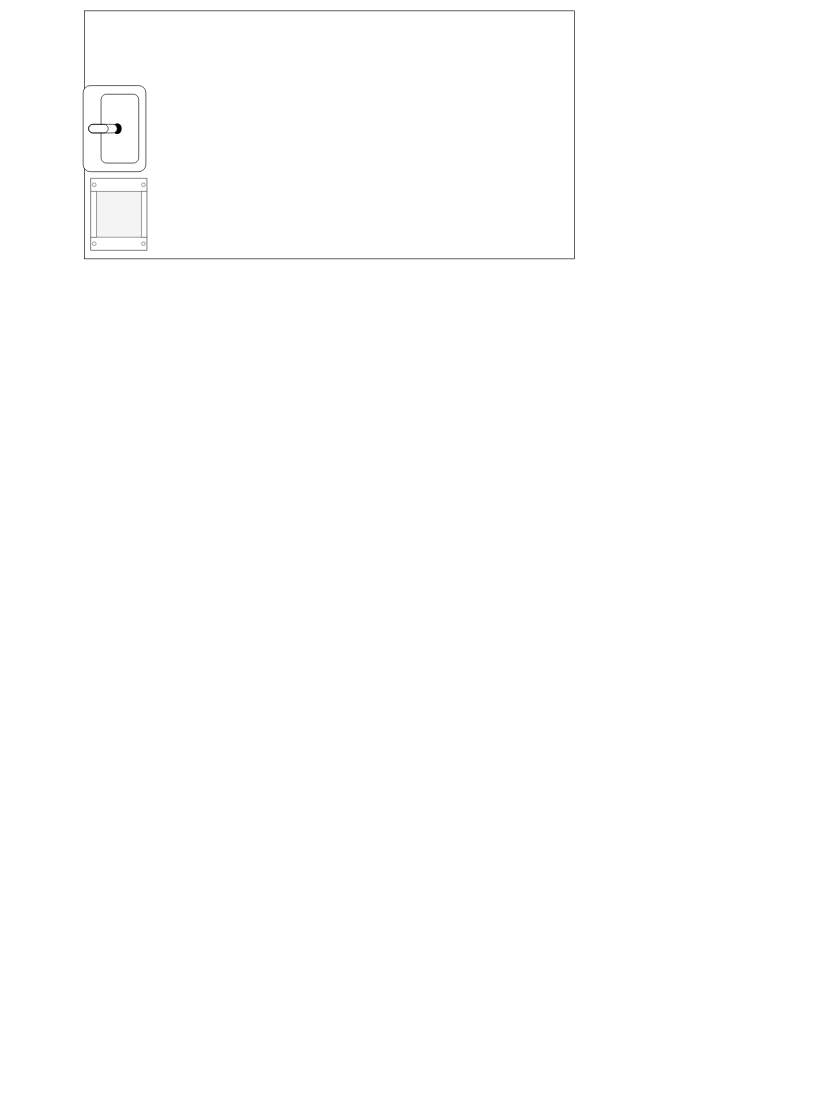
Above: page "Balcony" (1 of 2) of designing_home.drawio in appsparkler/draw.io (draw.io), before the change. Source tidied: cells renumbered, new cells numbered last; positions are measured from the earlier drawing's top-left corner, leaving out a move shared by most shapes. Both pictures are drawn from the tidied source at 62%, with x=0, y=0 at pixel (71, 11).
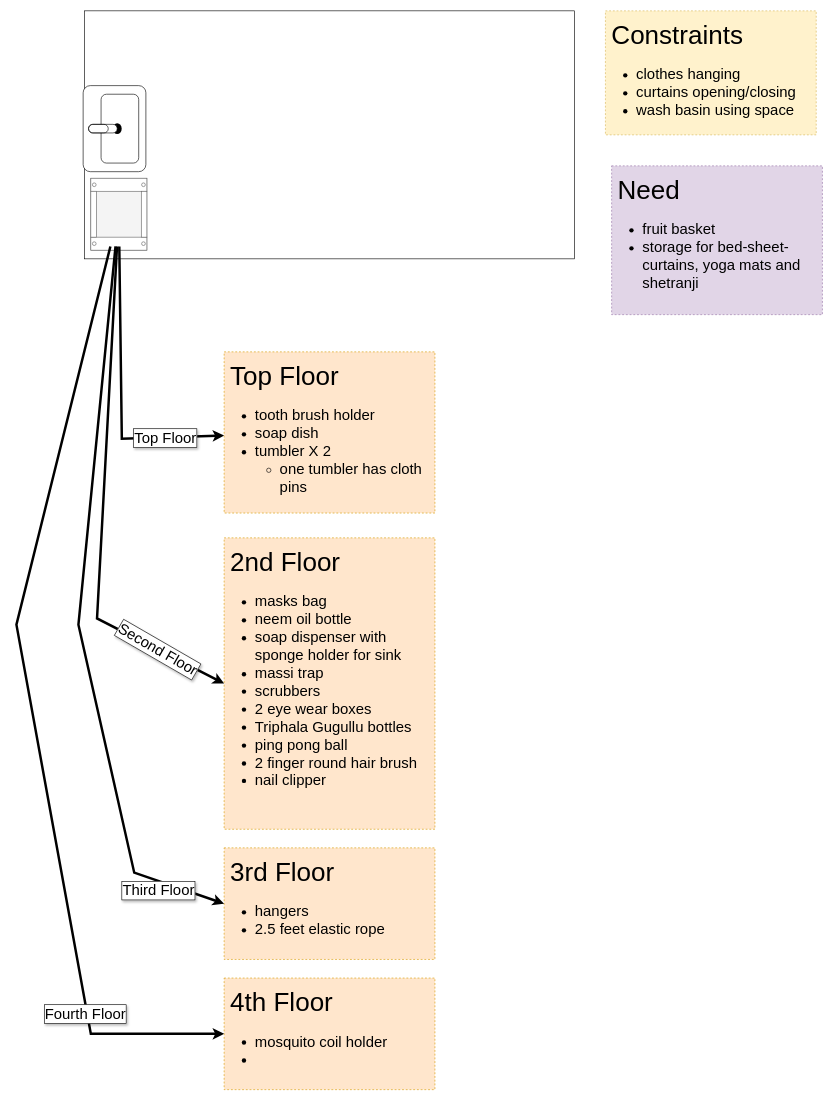
After the change.

The change refers to these unchanged cells:
```xml
<mxCell id="4" style="strokeColor=#666666;html=1;verticalLabelPosition=bottom;labelBackgroundColor=#ffffff;verticalAlign=top;outlineConnect=0;shadow=0;dashed=0;shape=mxgraph.rackGeneral.rackCabinet3;fillColor2=#f4f4f4;allowGaps=1;textColor=#666666;numDisp=off;" parent="1" vertex="1">
  <mxGeometry x="31" y="270" width="90.4" height="110" as="geometry" />
</mxCell>
```

The edit, as a diff of the source:
```diff
@@
+    <mxCell id="5" value="&lt;div&gt;Constraints&lt;/div&gt;&lt;div style=&quot;font-size: 24px;&quot;&gt;&lt;ul&gt;&lt;li&gt;clothes hanging&lt;/li&gt;&lt;li&gt;curtains opening/closing&lt;/li&gt;&lt;li&gt;wash basin using space&lt;/li&gt;&lt;/ul&gt;&lt;/div&gt;" style="whiteSpace=wrap;html=1;fillColor=#fff2cc;strokeColor=#d6b656;dashed=1;align=left;verticalAlign=top;fontSize=42;spacing=10;" parent="1" vertex="1">
+      <mxGeometry x="861" width="340" height="200" as="geometry" />
+    </mxCell>
+    <mxCell id="6" style="endArrow=classic;html=1;rounded=0;strokeWidth=4;" parent="1" edge="1" source="4" target="8">
+      <mxGeometry relative="1" as="geometry">
+        <Array as="points">
+          <mxPoint x="81" y="690" />
+        </Array>
+      </mxGeometry>
+    </mxCell>
+    <mxCell id="7" value="Top Floor" style="edgeLabel;html=1;align=center;verticalAlign=middle;fontSize=24;labelBorderColor=default;spacing=10;spacingTop=10;spacingLeft=10;spacingBottom=10;spacingRight=10;textShadow=1;" parent="6" vertex="1">
+      <mxGeometry x="-0.43" y="-3" relative="1" as="geometry">
+        <mxPoint x="75" y="173" as="offset" />
+      </mxGeometry>
+    </mxCell>
+    <mxCell id="8" value="&lt;div&gt;Top Floor&lt;br&gt;&lt;/div&gt;&lt;div style=&quot;font-size: 24px;&quot;&gt;&lt;ul&gt;&lt;li&gt;tooth brush holder&lt;br&gt;&lt;/li&gt;&lt;li&gt;soap dish&lt;br&gt;&lt;/li&gt;&lt;li&gt;tumbler X 2&lt;/li&gt;&lt;ul&gt;&lt;li&gt;one tumbler has cloth pins&lt;br&gt;&lt;/li&gt;&lt;/ul&gt;&lt;/ul&gt;&lt;/div&gt;" style="whiteSpace=wrap;html=1;fillColor=#ffe6cc;strokeColor=#d79b00;dashed=1;align=left;verticalAlign=top;fontSize=42;spacing=10;" parent="1" vertex="1">
+      <mxGeometry x="246" y="550" width="340" height="260" as="geometry" />
+    </mxCell>
+    <mxCell id="9" value="&lt;div&gt;2nd Floor&lt;br&gt;&lt;/div&gt;&lt;div style=&quot;font-size: 24px;&quot;&gt;&lt;ul&gt;&lt;li&gt;masks bag&lt;/li&gt;&lt;li&gt;neem oil bottle&lt;/li&gt;&lt;li&gt;soap dispenser with sponge holder for sink&lt;/li&gt;&lt;li&gt;massi trap&lt;/li&gt;&lt;li&gt;scrubbers&lt;/li&gt;&lt;li&gt;2 eye wear boxes&lt;/li&gt;&lt;li&gt;Triphala Gugullu bottles&lt;/li&gt;&lt;li&gt;ping pong ball&lt;/li&gt;&lt;li&gt;2 finger round hair brush&lt;/li&gt;&lt;li&gt;nail clipper&lt;br&gt;&lt;/li&gt;&lt;/ul&gt;&lt;/div&gt;" style="whiteSpace=wrap;html=1;fillColor=#ffe6cc;strokeColor=#d79b00;dashed=1;align=left;verticalAlign=top;fontSize=42;spacing=10;" parent="1" vertex="1">
+      <mxGeometry x="246" y="850" width="340" height="470" as="geometry" />
+    </mxCell>
+    <mxCell id="10" style="endArrow=classic;html=1;rounded=0;strokeWidth=4;entryX=0;entryY=0.5;entryDx=0;entryDy=0;" parent="1" edge="1" source="4" target="9">
+      <mxGeometry relative="1" as="geometry">
+        <Array as="points">
+          <mxPoint x="41" y="980" />
+        </Array>
+      </mxGeometry>
+    </mxCell>
+    <mxCell id="11" value="Second Floor" style="edgeLabel;html=1;align=center;verticalAlign=middle;fontSize=24;labelBorderColor=default;spacing=10;spacingTop=10;spacingLeft=10;spacingBottom=10;spacingRight=10;textShadow=1;rotation=30;" parent="10" vertex="1">
+      <mxGeometry x="-0.43" y="-3" relative="1" as="geometry">
+        <mxPoint x="81" y="413" as="offset" />
+      </mxGeometry>
+    </mxCell>
+    <mxCell id="12" value="&lt;div&gt;3rd Floor&lt;br&gt;&lt;/div&gt;&lt;div style=&quot;font-size: 24px;&quot;&gt;&lt;ul&gt;&lt;li&gt;hangers&lt;/li&gt;&lt;li&gt;2.5 feet elastic rope&lt;br&gt;&lt;/li&gt;&lt;/ul&gt;&lt;/div&gt;" style="whiteSpace=wrap;html=1;fillColor=#ffe6cc;strokeColor=#d79b00;dashed=1;align=left;verticalAlign=top;fontSize=42;spacing=10;" parent="1" vertex="1">
+      <mxGeometry x="246" y="1350" width="340" height="180" as="geometry" />
+    </mxCell>
+    <mxCell id="13" style="endArrow=classic;html=1;rounded=0;strokeWidth=4;entryX=0;entryY=0.5;entryDx=0;entryDy=0;" parent="1" edge="1" source="4" target="12">
+      <mxGeometry relative="1" as="geometry">
+        <Array as="points">
+          <mxPoint x="11" y="990" />
+          <mxPoint x="101" y="1390" />
+        </Array>
+      </mxGeometry>
+    </mxCell>
+    <mxCell id="14" value="Third Floor" style="edgeLabel;html=1;align=center;verticalAlign=middle;fontSize=24;labelBorderColor=default;spacing=10;spacingTop=10;spacingLeft=10;spacingBottom=10;spacingRight=10;textShadow=1;" parent="13" vertex="1">
+      <mxGeometry x="-0.43" y="-3" relative="1" as="geometry">
+        <mxPoint x="104" y="705" as="offset" />
+      </mxGeometry>
+    </mxCell>
+    <mxCell id="15" value="&lt;div&gt;Need&lt;/div&gt;&lt;div style=&quot;font-size: 24px;&quot;&gt;&lt;ul&gt;&lt;li&gt;fruit basket&lt;/li&gt;&lt;li&gt;storage for bed-sheet-curtains, yoga mats and shetranji &lt;/li&gt;&lt;/ul&gt;&lt;/div&gt;" style="whiteSpace=wrap;html=1;fillColor=#e1d5e7;strokeColor=#9673a6;dashed=1;align=left;verticalAlign=top;fontSize=42;spacing=10;" parent="1" vertex="1">
+      <mxGeometry x="871" y="250" width="340" height="240" as="geometry" />
+    </mxCell>
+    <mxCell id="16" value="&lt;div&gt;4th Floor&lt;br&gt;&lt;/div&gt;&lt;div style=&quot;font-size: 24px;&quot;&gt;&lt;ul&gt;&lt;li&gt;mosquito coil holder&lt;br&gt;&lt;/li&gt;&lt;li&gt;&lt;br&gt;&lt;/li&gt;&lt;/ul&gt;&lt;/div&gt;" style="whiteSpace=wrap;html=1;fillColor=#ffe6cc;strokeColor=#d79b00;dashed=1;align=left;verticalAlign=top;fontSize=42;spacing=10;" parent="1" vertex="1">
+      <mxGeometry x="246" y="1560" width="340" height="180" as="geometry" />
+    </mxCell>
+    <mxCell id="17" style="endArrow=classic;html=1;rounded=0;strokeWidth=4;entryX=0;entryY=0.5;entryDx=0;entryDy=0;" parent="1" edge="1" source="4" target="16">
+      <mxGeometry relative="1" as="geometry">
+        <Array as="points">
+          <mxPoint x="-89" y="990" />
+          <mxPoint x="31" y="1650" />
+        </Array>
+      </mxGeometry>
+    </mxCell>
+    <mxCell id="18" value="Fourth Floor" style="edgeLabel;html=1;align=center;verticalAlign=middle;fontSize=24;labelBorderColor=default;spacing=10;spacingTop=10;spacingLeft=10;spacingBottom=10;spacingRight=10;textShadow=1;" parent="17" vertex="1">
+      <mxGeometry x="-0.43" y="-3" relative="1" as="geometry">
+        <mxPoint x="66" y="819" as="offset" />
+      </mxGeometry>
+    </mxCell>
```
